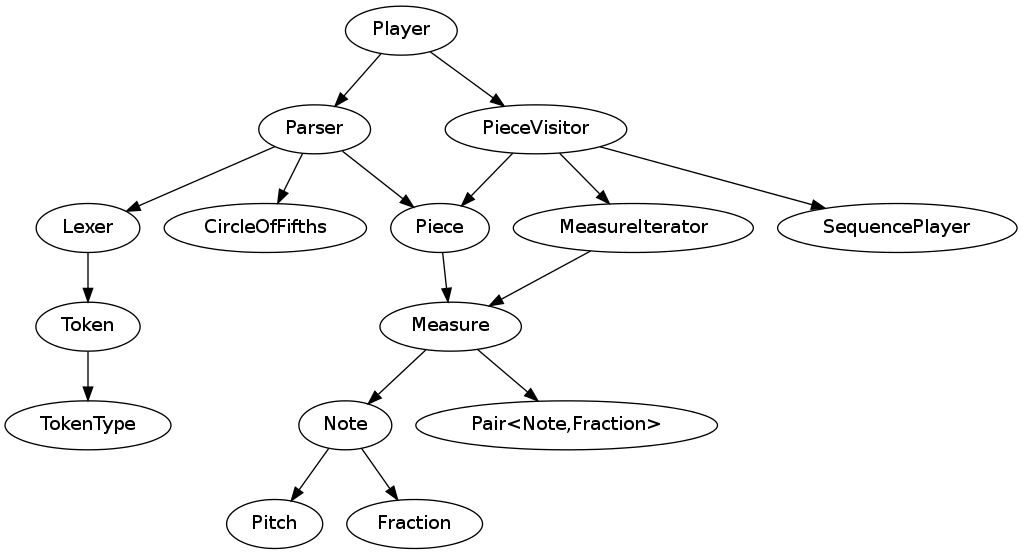
The Graphviz diagram docs/classes.png in Zomega/abcplayer, before a commit. Its source is kept beside it as docs/classes.dot.
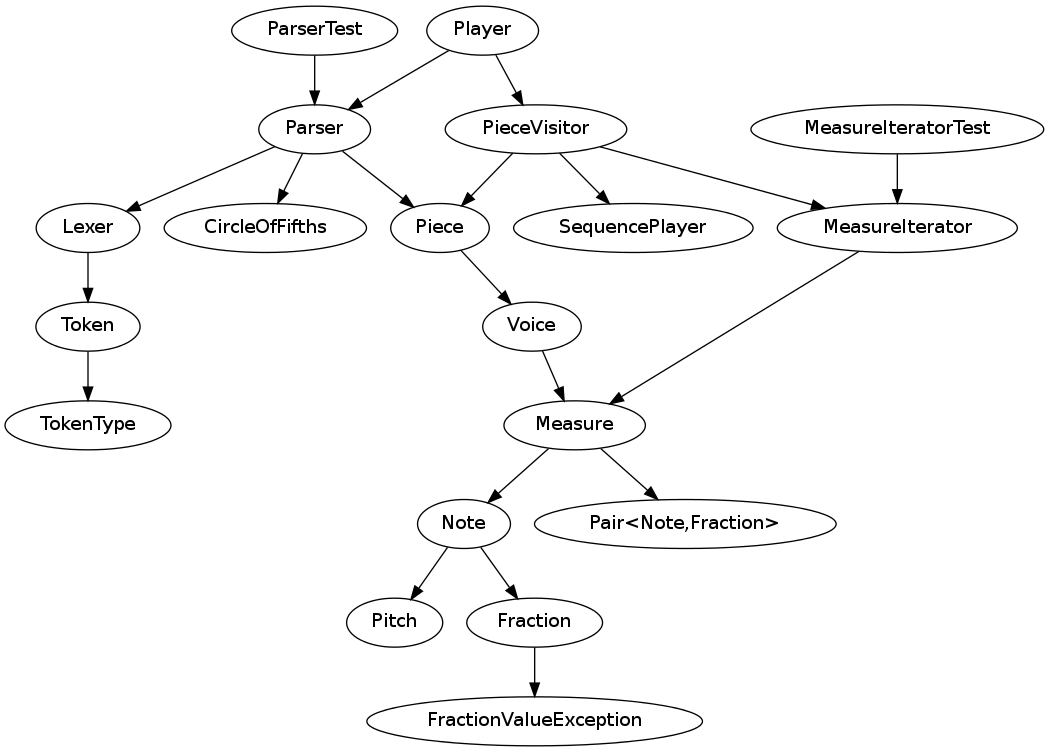
After the commit.

The edit, as a diff of the source:
```diff
@@ -6,10 +6,12 @@
 	Parser -> Piece;
 	PieceVisitor -> Piece;
 	PieceVisitor -> MeasureIterator->Measure;
-	Piece->Measure->Note;
+	Piece->Voice->Measure->Note;
 	Measure->"Pair<Note,Fraction>";
 	Note->Pitch;
-	Note->Fraction;
+	Note->Fraction->FractionValueException;
 	Player -> Parser;
 	Player -> PieceVisitor -> SequencePlayer;
+	ParserTest->Parser;
+	MeasureIteratorTest->MeasureIterator;
 }
```
